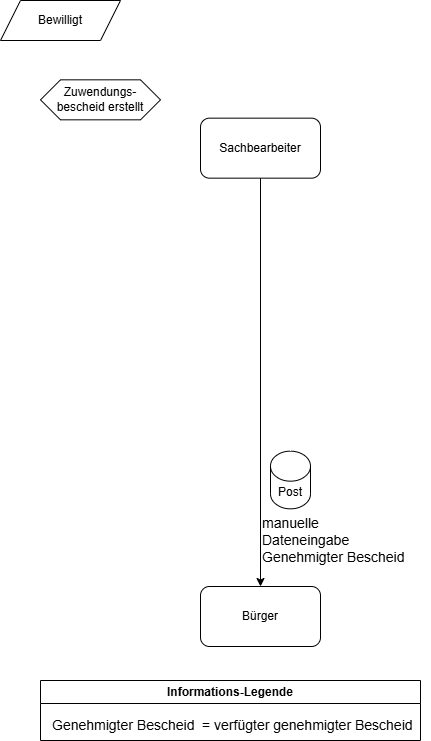
Above: docs/src/about/dataflow-diagram/Bewilligt-state.png in it-at-m/stadtbezirksbudget (draw.io), before the change. Source tidied: cells renumbered, new cells last; positions are measured from the earlier drawing's top-left corner, leaving out a move shared by most shapes.
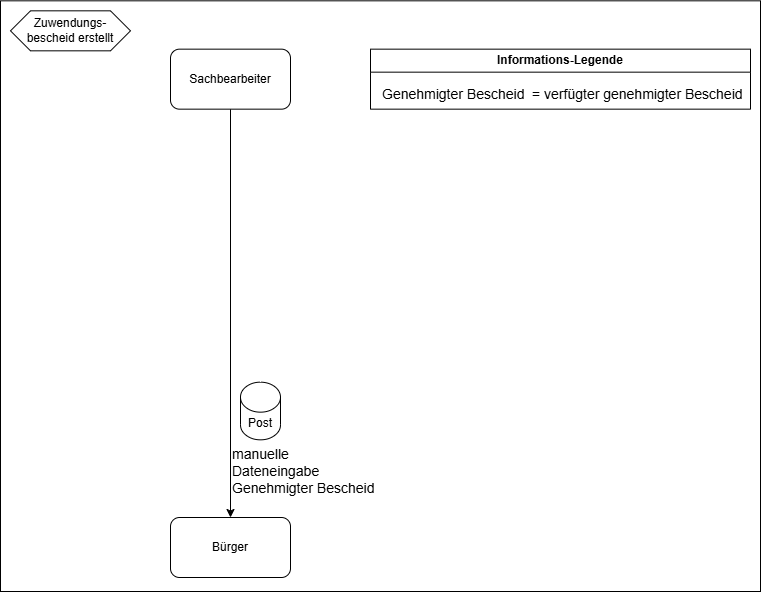
The same file after the commit.

Change to the diagram source:
```diff
@@ -5,9 +5,6 @@
     <mxCell id="2" value="Zuwendungs-&lt;div&gt;bescheid erstellt&lt;/div&gt;" style="shape=hexagon;perimeter=hexagonPerimeter2;whiteSpace=wrap;html=1;fixedSize=1;" parent="1" vertex="1">
       <mxGeometry x="40" y="79.3" width="120" height="40" as="geometry" />
     </mxCell>
-    <mxCell id="3" value="Bewilligt" style="shape=parallelogram;perimeter=parallelogramPerimeter;whiteSpace=wrap;html=1;fixedSize=1;" parent="1" vertex="1">
-      <mxGeometry width="120" height="40" as="geometry" />
-    </mxCell>
     <mxCell id="4" style="edgeStyle=orthogonalEdgeStyle;rounded=0;jettySize=auto;html=1;entryX=0.5;entryY=0;entryDx=0;entryDy=0;" parent="1" edge="1" source="5" target="6">
       <mxGeometry relative="1" as="geometry" />
     </mxCell>
@@ -18,7 +15,7 @@
       <mxGeometry x="200" y="586" width="120" height="60" as="geometry" />
     </mxCell>
     <mxCell id="7" value="Informations-Legende" style="swimlane;whiteSpace=wrap;html=1;" parent="1" vertex="1">
-      <mxGeometry x="40" y="680" width="380" height="60" as="geometry" />
+      <mxGeometry x="400" y="117.7" width="380" height="60" as="geometry" />
     </mxCell>
     <mxCell id="8" value="&lt;font style=&quot;font-size: 14px;&quot;&gt;=&lt;/font&gt;&lt;span style=&quot;font-size: 14px;&quot;&gt;&amp;nbsp;verfügter genehmigter Bescheid&lt;/span&gt;" style="text;html=1;align=left;verticalAlign=middle;strokeColor=none;fillColor=none;" parent="7" vertex="1">
       <mxGeometry x="160" y="30" width="230" height="30" as="geometry" />
@@ -32,5 +29,8 @@
     <mxCell id="11" value="Post" style="shape=cylinder3;whiteSpace=wrap;html=1;boundedLbl=1;backgroundOutline=1;size=15;" parent="1" vertex="1">
       <mxGeometry x="270" y="450.7" width="40" height="57.7" as="geometry" />
     </mxCell>
+    <mxCell id="12" style="rounded=0;whiteSpace=wrap;html=1;fillColor=none;" parent="1" vertex="1">
+      <mxGeometry x="30" y="69.3" width="760" height="590.7" as="geometry" />
+    </mxCell>
   </root>
 </mxGraphModel>
```
